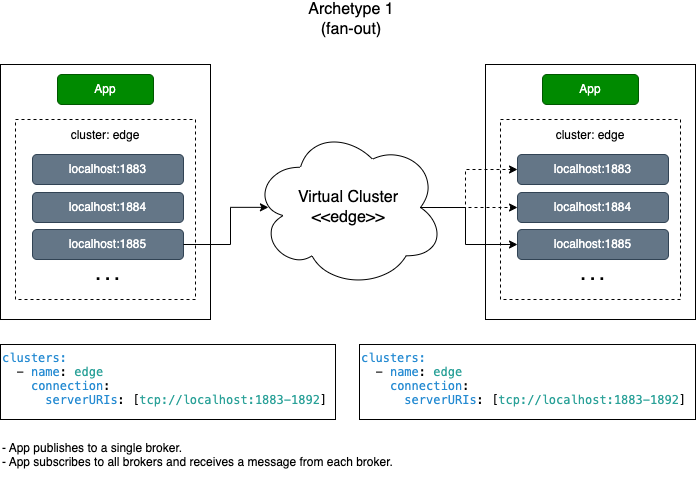
Before: images/mqtt-archetype1.drawio.png, a diagram exported from draw.io (padogrid/bundle-mosquitto-tutorial-virtual-clusters). Source tidied: cells renumbered, new cells last; positions are measured from the earlier drawing's top-left corner, leaving out a move shared by most shapes.
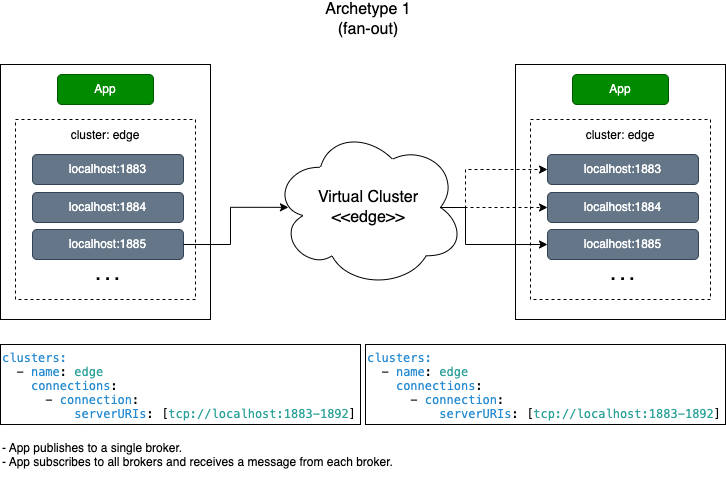
The same diagram one commit later.

What changed in the source:
```diff
@@ -3,7 +3,7 @@
     <mxCell id="0" />
     <mxCell id="1" parent="0" />
     <mxCell id="2" style="group;" parent="1" vertex="1">
-      <mxGeometry x="485" y="60" width="210" height="255" as="geometry" />
+      <mxGeometry x="500" y="60" width="210" height="255" as="geometry" />
     </mxCell>
     <mxCell id="3" style="rounded=0;whiteSpace=wrap;html=1;strokeColor=default;" parent="2" vertex="1">
       <mxGeometry width="210" height="255" as="geometry" />
@@ -26,26 +26,26 @@
     <mxCell id="9" value=". . ." style="text;html=1;strokeColor=none;fillColor=none;align=center;verticalAlign=middle;whiteSpace=wrap;rounded=0;fontSize=17;fontColor=#000000;fontStyle=1;" parent="2" vertex="1">
       <mxGeometry x="75" y="190" width="65" height="40" as="geometry" />
     </mxCell>
-    <mxCell id="10" value="&lt;p style=&quot;margin: 0px; font-variant-numeric: normal; font-variant-east-asian: normal; font-stretch: normal; line-height: normal; font-family: Menlo; color: rgb(38, 139, 210);&quot; class=&quot;p1&quot;&gt;&lt;font style=&quot;font-size: 12px;&quot;&gt;clusters:&lt;/font&gt;&lt;/p&gt;&lt;p style=&quot;margin: 0px; font-variant-numeric: normal; font-variant-east-asian: normal; font-stretch: normal; line-height: normal; font-family: Menlo;&quot; class=&quot;p2&quot;&gt;&lt;font style=&quot;font-size: 12px;&quot;&gt;&lt;span class=&quot;Apple-converted-space&quot;&gt;&amp;nbsp; &lt;/span&gt;- &lt;span style=&quot;color: rgb(38, 139, 210);&quot; class=&quot;s2&quot;&gt;name&lt;/span&gt;: &lt;span style=&quot;color: rgb(42, 161, 152);&quot; class=&quot;s3&quot;&gt;edge&lt;/span&gt;&lt;/font&gt;&lt;/p&gt;&lt;p style=&quot;margin: 0px; font-variant-numeric: normal; font-variant-east-asian: normal; font-stretch: normal; line-height: normal; font-family: Menlo; color: rgb(38, 139, 210);&quot; class=&quot;p1&quot;&gt;&lt;font style=&quot;font-size: 12px;&quot;&gt;&lt;span style=&quot;color: rgb(0, 0, 0);&quot; class=&quot;s1&quot;&gt;&amp;nbsp; &amp;nbsp; &lt;/span&gt;connection&lt;span style=&quot;color: rgb(0, 0, 0);&quot; class=&quot;s1&quot;&gt;:&lt;/span&gt;&lt;/font&gt;&lt;/p&gt;&lt;p style=&quot;margin: 0px; font-variant-numeric: normal; font-variant-east-asian: normal; font-stretch: normal; line-height: normal; font-family: Menlo; color: rgb(42, 161, 152);&quot; class=&quot;p3&quot;&gt;&lt;font style=&quot;font-size: 12px;&quot;&gt;&lt;span style=&quot;color: rgb(0, 0, 0);&quot; class=&quot;s1&quot;&gt;&amp;nbsp; &amp;nbsp; &amp;nbsp; &lt;/span&gt;&lt;span style=&quot;color: rgb(38, 139, 210);&quot; class=&quot;s2&quot;&gt;serverURIs&lt;/span&gt;&lt;span style=&quot;color: rgb(0, 0, 0);&quot; class=&quot;s1&quot;&gt;: [&lt;/span&gt;tcp://localhost:1883-1892&lt;span style=&quot;color: rgb(0, 0, 0);&quot; class=&quot;s1&quot;&gt;]&lt;/span&gt;&lt;/font&gt;&lt;/p&gt;" style="text;html=1;strokeColor=default;fillColor=none;align=left;verticalAlign=top;whiteSpace=wrap;rounded=0;fontSize=12;fontColor=#000000;" parent="1" vertex="1">
-      <mxGeometry y="340" width="335" height="75" as="geometry" />
+    <mxCell id="10" value="&lt;p style=&quot;margin: 0px; font-variant-numeric: normal; font-variant-east-asian: normal; font-stretch: normal; line-height: normal; font-family: Menlo; color: rgb(38, 139, 210);&quot; class=&quot;p1&quot;&gt;&lt;font style=&quot;font-size: 12px;&quot;&gt;clusters:&lt;/font&gt;&lt;/p&gt;&lt;p style=&quot;margin: 0px; font-variant-numeric: normal; font-variant-east-asian: normal; font-stretch: normal; line-height: normal; font-family: Menlo;&quot; class=&quot;p2&quot;&gt;&lt;font style=&quot;font-size: 12px;&quot;&gt;&lt;span class=&quot;Apple-converted-space&quot;&gt;&amp;nbsp; &lt;/span&gt;- &lt;span style=&quot;color: rgb(38, 139, 210);&quot; class=&quot;s2&quot;&gt;name&lt;/span&gt;: &lt;span style=&quot;color: rgb(42, 161, 152);&quot; class=&quot;s3&quot;&gt;edge&lt;/span&gt;&lt;/font&gt;&lt;/p&gt;&lt;p style=&quot;margin: 0px; font-variant-numeric: normal; font-variant-east-asian: normal; font-stretch: normal; line-height: normal; font-family: Menlo;&quot; class=&quot;p2&quot;&gt;&lt;font style=&quot;font-size: 12px;&quot;&gt;&lt;span style=&quot;color: rgb(42, 161, 152);&quot; class=&quot;s3&quot;&gt;&amp;nbsp; &amp;nbsp;&amp;nbsp;&lt;span style=&quot;color: rgb(38, 139, 210);&quot;&gt;connections&lt;/span&gt;&lt;span style=&quot;border-color: var(--border-color); color: rgb(0, 0, 0);&quot; class=&quot;s1&quot;&gt;:&lt;/span&gt;&lt;br&gt;&lt;/span&gt;&lt;/font&gt;&lt;/p&gt;&lt;p style=&quot;margin: 0px; font-variant-numeric: normal; font-variant-east-asian: normal; font-stretch: normal; line-height: normal; font-family: Menlo; color: rgb(38, 139, 210);&quot; class=&quot;p1&quot;&gt;&lt;font style=&quot;font-size: 12px;&quot;&gt;&lt;span style=&quot;color: rgb(0, 0, 0);&quot; class=&quot;s1&quot;&gt;&amp;nbsp; &amp;nbsp; &amp;nbsp; -&amp;nbsp;&lt;/span&gt;connection&lt;span style=&quot;color: rgb(0, 0, 0);&quot; class=&quot;s1&quot;&gt;:&lt;/span&gt;&lt;/font&gt;&lt;/p&gt;&lt;p style=&quot;margin: 0px; font-variant-numeric: normal; font-variant-east-asian: normal; font-stretch: normal; line-height: normal; font-family: Menlo; color: rgb(42, 161, 152);&quot; class=&quot;p3&quot;&gt;&lt;font style=&quot;font-size: 12px;&quot;&gt;&lt;span style=&quot;color: rgb(0, 0, 0);&quot; class=&quot;s1&quot;&gt;&amp;nbsp; &amp;nbsp; &amp;nbsp; &amp;nbsp; &amp;nbsp;&amp;nbsp;&lt;/span&gt;&lt;span style=&quot;color: rgb(38, 139, 210);&quot; class=&quot;s2&quot;&gt;serverURIs&lt;/span&gt;&lt;span style=&quot;color: rgb(0, 0, 0);&quot; class=&quot;s1&quot;&gt;: [&lt;/span&gt;tcp://localhost:1883-1892&lt;span style=&quot;color: rgb(0, 0, 0);&quot; class=&quot;s1&quot;&gt;]&lt;/span&gt;&lt;/font&gt;&lt;/p&gt;" style="text;html=1;strokeColor=default;fillColor=none;align=left;verticalAlign=top;whiteSpace=wrap;rounded=0;fontSize=12;fontColor=#000000;" parent="1" vertex="1">
+      <mxGeometry x="-15" y="340" width="360" height="80" as="geometry" />
     </mxCell>
     <mxCell id="11" style="edgeStyle=orthogonalEdgeStyle;rounded=0;jettySize=auto;html=1;entryX=0;entryY=0.5;entryDx=0;entryDy=0;fontSize=16;fontColor=#000000;startArrow=none;startFill=0;endArrow=classic;endFill=1;exitX=0.875;exitY=0.5;exitDx=0;exitDy=0;exitPerimeter=0;dashed=1;" parent="1" edge="1" source="12" target="7">
       <mxGeometry relative="1" as="geometry" />
     </mxCell>
     <mxCell id="12" value="Virtual Cluster&lt;br&gt;&amp;lt;&amp;lt;edge&amp;gt;&amp;gt;" style="ellipse;shape=cloud;whiteSpace=wrap;html=1;fontSize=16;verticalAlign=middle;" parent="1" vertex="1">
-      <mxGeometry x="252" y="122.5" width="192" height="161" as="geometry" />
+      <mxGeometry x="257" y="122.5" width="192" height="161" as="geometry" />
     </mxCell>
-    <mxCell id="13" value="&lt;p style=&quot;margin: 0px; font-variant-numeric: normal; font-variant-east-asian: normal; font-stretch: normal; line-height: normal; font-family: Menlo; color: rgb(38, 139, 210);&quot; class=&quot;p1&quot;&gt;&lt;font style=&quot;font-size: 12px;&quot;&gt;clusters:&lt;/font&gt;&lt;/p&gt;&lt;p style=&quot;margin: 0px; font-variant-numeric: normal; font-variant-east-asian: normal; font-stretch: normal; line-height: normal; font-family: Menlo;&quot; class=&quot;p2&quot;&gt;&lt;font style=&quot;font-size: 12px;&quot;&gt;&lt;span class=&quot;Apple-converted-space&quot;&gt;&amp;nbsp; &lt;/span&gt;- &lt;span style=&quot;color: rgb(38, 139, 210);&quot; class=&quot;s2&quot;&gt;name&lt;/span&gt;: &lt;span style=&quot;color: rgb(42, 161, 152);&quot; class=&quot;s3&quot;&gt;edge&lt;/span&gt;&lt;/font&gt;&lt;/p&gt;&lt;p style=&quot;margin: 0px; font-variant-numeric: normal; font-variant-east-asian: normal; font-stretch: normal; line-height: normal; font-family: Menlo; color: rgb(38, 139, 210);&quot; class=&quot;p1&quot;&gt;&lt;font style=&quot;font-size: 12px;&quot;&gt;&lt;span style=&quot;color: rgb(0, 0, 0);&quot; class=&quot;s1&quot;&gt;&amp;nbsp; &amp;nbsp; &lt;/span&gt;connection&lt;span style=&quot;color: rgb(0, 0, 0);&quot; class=&quot;s1&quot;&gt;:&lt;/span&gt;&lt;/font&gt;&lt;/p&gt;&lt;p style=&quot;margin: 0px; font-variant-numeric: normal; font-variant-east-asian: normal; font-stretch: normal; line-height: normal; font-family: Menlo; color: rgb(42, 161, 152);&quot; class=&quot;p3&quot;&gt;&lt;font style=&quot;font-size: 12px;&quot;&gt;&lt;span style=&quot;color: rgb(0, 0, 0);&quot; class=&quot;s1&quot;&gt;&amp;nbsp; &amp;nbsp; &amp;nbsp; &lt;/span&gt;&lt;span style=&quot;color: rgb(38, 139, 210);&quot; class=&quot;s2&quot;&gt;serverURIs&lt;/span&gt;&lt;span style=&quot;color: rgb(0, 0, 0);&quot; class=&quot;s1&quot;&gt;: [&lt;/span&gt;tcp://localhost:1883-1892&lt;span style=&quot;color: rgb(0, 0, 0);&quot; class=&quot;s1&quot;&gt;]&lt;/span&gt;&lt;/font&gt;&lt;/p&gt;" style="text;html=1;strokeColor=default;fillColor=none;align=left;verticalAlign=top;whiteSpace=wrap;rounded=0;fontSize=12;fontColor=#000000;" parent="1" vertex="1">
-      <mxGeometry x="359" y="340" width="336" height="75" as="geometry" />
+    <mxCell id="13" value="&lt;p style=&quot;margin: 0px; font-variant-numeric: normal; font-variant-east-asian: normal; font-stretch: normal; line-height: normal; font-family: Menlo; color: rgb(38, 139, 210);&quot; class=&quot;p1&quot;&gt;&lt;font style=&quot;font-size: 12px;&quot;&gt;clusters:&lt;/font&gt;&lt;/p&gt;&lt;p style=&quot;margin: 0px; font-variant-numeric: normal; font-variant-east-asian: normal; font-stretch: normal; line-height: normal; font-family: Menlo;&quot; class=&quot;p2&quot;&gt;&lt;font style=&quot;font-size: 12px;&quot;&gt;&lt;span class=&quot;Apple-converted-space&quot;&gt;&amp;nbsp; &lt;/span&gt;- &lt;span style=&quot;color: rgb(38, 139, 210);&quot; class=&quot;s2&quot;&gt;name&lt;/span&gt;: &lt;span style=&quot;color: rgb(42, 161, 152);&quot; class=&quot;s3&quot;&gt;edge&lt;/span&gt;&lt;/font&gt;&lt;/p&gt;&lt;p style=&quot;margin: 0px; font-variant-numeric: normal; font-variant-east-asian: normal; font-stretch: normal; line-height: normal; font-family: Menlo;&quot; class=&quot;p2&quot;&gt;&lt;font style=&quot;font-size: 12px;&quot;&gt;&lt;span style=&quot;color: rgb(42, 161, 152);&quot; class=&quot;s3&quot;&gt;&amp;nbsp; &amp;nbsp;&amp;nbsp;&lt;span style=&quot;color: rgb(38, 139, 210);&quot;&gt;connections&lt;/span&gt;&lt;span style=&quot;border-color: var(--border-color); color: rgb(0, 0, 0);&quot; class=&quot;s1&quot;&gt;:&lt;/span&gt;&lt;br&gt;&lt;/span&gt;&lt;/font&gt;&lt;/p&gt;&lt;p style=&quot;margin: 0px; font-variant-numeric: normal; font-variant-east-asian: normal; font-stretch: normal; line-height: normal; font-family: Menlo; color: rgb(38, 139, 210);&quot; class=&quot;p1&quot;&gt;&lt;font style=&quot;font-size: 12px;&quot;&gt;&lt;span style=&quot;color: rgb(0, 0, 0);&quot; class=&quot;s1&quot;&gt;&amp;nbsp; &amp;nbsp; &amp;nbsp; -&amp;nbsp;&lt;/span&gt;connection&lt;span style=&quot;color: rgb(0, 0, 0);&quot; class=&quot;s1&quot;&gt;:&lt;/span&gt;&lt;/font&gt;&lt;/p&gt;&lt;p style=&quot;margin: 0px; font-variant-numeric: normal; font-variant-east-asian: normal; font-stretch: normal; line-height: normal; font-family: Menlo; color: rgb(42, 161, 152);&quot; class=&quot;p3&quot;&gt;&lt;font style=&quot;font-size: 12px;&quot;&gt;&lt;span style=&quot;color: rgb(0, 0, 0);&quot; class=&quot;s1&quot;&gt;&amp;nbsp; &amp;nbsp; &amp;nbsp; &amp;nbsp; &amp;nbsp;&amp;nbsp;&lt;/span&gt;&lt;span style=&quot;color: rgb(38, 139, 210);&quot; class=&quot;s2&quot;&gt;serverURIs&lt;/span&gt;&lt;span style=&quot;color: rgb(0, 0, 0);&quot; class=&quot;s1&quot;&gt;: [&lt;/span&gt;tcp://localhost:1883-1892&lt;span style=&quot;color: rgb(0, 0, 0);&quot; class=&quot;s1&quot;&gt;]&lt;/span&gt;&lt;/font&gt;&lt;/p&gt;" style="text;html=1;strokeColor=default;fillColor=none;align=left;verticalAlign=top;whiteSpace=wrap;rounded=0;fontSize=12;fontColor=#000000;" parent="1" vertex="1">
+      <mxGeometry x="350" y="340" width="360" height="80" as="geometry" />
     </mxCell>
     <mxCell id="14" value="Archetype 1&lt;br&gt;(fan-out)" style="text;html=1;strokeColor=none;fillColor=none;align=center;verticalAlign=middle;whiteSpace=wrap;rounded=0;fontSize=16;fontColor=#000000;" parent="1" vertex="1">
-      <mxGeometry x="191" width="320" height="30" as="geometry" />
+      <mxGeometry x="193" width="320" height="30" as="geometry" />
     </mxCell>
     <mxCell id="15" value="- App publishes to a single broker.&amp;nbsp;&lt;br&gt;- App subscribes to all brokers and receives a message from each broker." style="text;html=1;strokeColor=none;fillColor=none;align=left;verticalAlign=top;whiteSpace=wrap;rounded=0;fontSize=12;fontColor=#000000;" parent="1" vertex="1">
-      <mxGeometry y="430" width="485" height="45" as="geometry" />
+      <mxGeometry x="-15" y="430" width="485" height="45" as="geometry" />
     </mxCell>
     <mxCell id="16" style="group;" parent="1" vertex="1">
-      <mxGeometry y="60" width="210" height="255" as="geometry" />
+      <mxGeometry x="-15" y="60" width="210" height="255" as="geometry" />
     </mxCell>
     <mxCell id="17" style="rounded=0;whiteSpace=wrap;html=1;strokeColor=default;" parent="16" vertex="1">
       <mxGeometry width="210" height="255" as="geometry" />
@@ -71,24 +71,24 @@
     <mxCell id="24" style="edgeStyle=orthogonalEdgeStyle;rounded=0;jettySize=auto;html=1;fontSize=16;startArrow=none;startFill=0;endArrow=classic;endFill=1;exitX=0.875;exitY=0.5;exitDx=0;exitDy=0;exitPerimeter=0;entryX=0;entryY=0.5;entryDx=0;entryDy=0;dashed=1;" parent="1" edge="1" source="12" target="6">
       <mxGeometry relative="1" as="geometry">
         <Array as="points">
-          <mxPoint x="465" y="203" />
-          <mxPoint x="465" y="165" />
+          <mxPoint x="450" y="203" />
+          <mxPoint x="450" y="165" />
         </Array>
       </mxGeometry>
     </mxCell>
     <mxCell id="25" style="edgeStyle=orthogonalEdgeStyle;rounded=0;jettySize=auto;html=1;entryX=0.083;entryY=0.499;entryDx=0;entryDy=0;entryPerimeter=0;fontSize=16;startArrow=none;startFill=0;endArrow=classic;endFill=1;exitX=1;exitY=0.5;exitDx=0;exitDy=0;" parent="1" edge="1" source="22" target="12">
       <mxGeometry relative="1" as="geometry">
         <Array as="points">
-          <mxPoint x="230" y="240" />
-          <mxPoint x="230" y="203" />
+          <mxPoint x="215" y="240" />
+          <mxPoint x="215" y="203" />
         </Array>
       </mxGeometry>
     </mxCell>
     <mxCell id="26" style="edgeStyle=orthogonalEdgeStyle;rounded=0;jettySize=auto;html=1;fontSize=16;startArrow=none;startFill=0;endArrow=classic;endFill=1;exitX=0.875;exitY=0.5;exitDx=0;exitDy=0;exitPerimeter=0;entryX=0;entryY=0.5;entryDx=0;entryDy=0;" parent="1" edge="1" source="12" target="8">
       <mxGeometry relative="1" as="geometry">
         <Array as="points">
-          <mxPoint x="465" y="203" />
-          <mxPoint x="465" y="240" />
+          <mxPoint x="450" y="203" />
+          <mxPoint x="450" y="240" />
         </Array>
       </mxGeometry>
     </mxCell>
```
